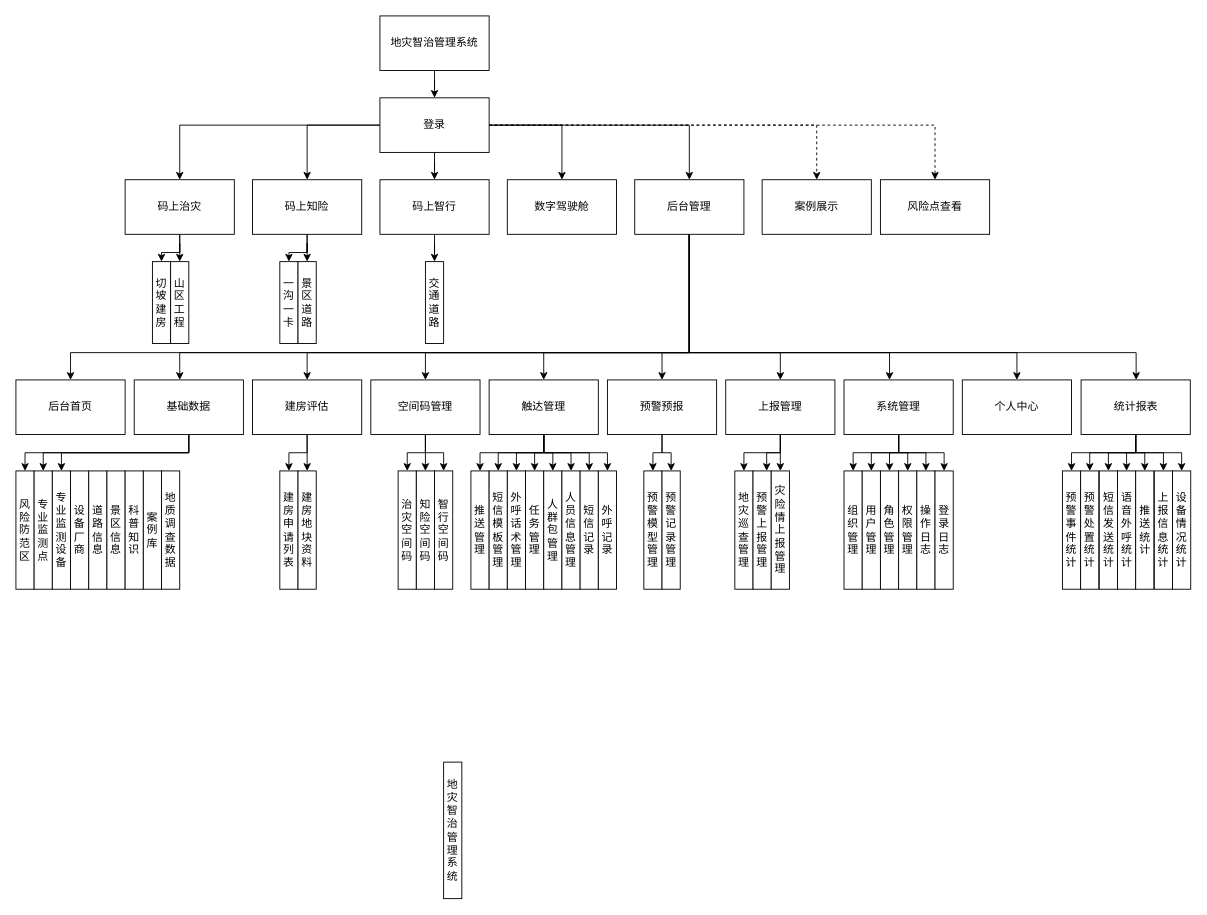
Above: 柯城地灾模块结构.drawio in shoacom/docs (draw.io), before the change. Source tidied: cells renumbered, new cells numbered last; positions are measured from the earlier drawing's top-left corner, leaving out a move shared by most shapes. Both pictures are drawn from the tidied source at 91%, with x=0, y=0 at pixel (15, 15).
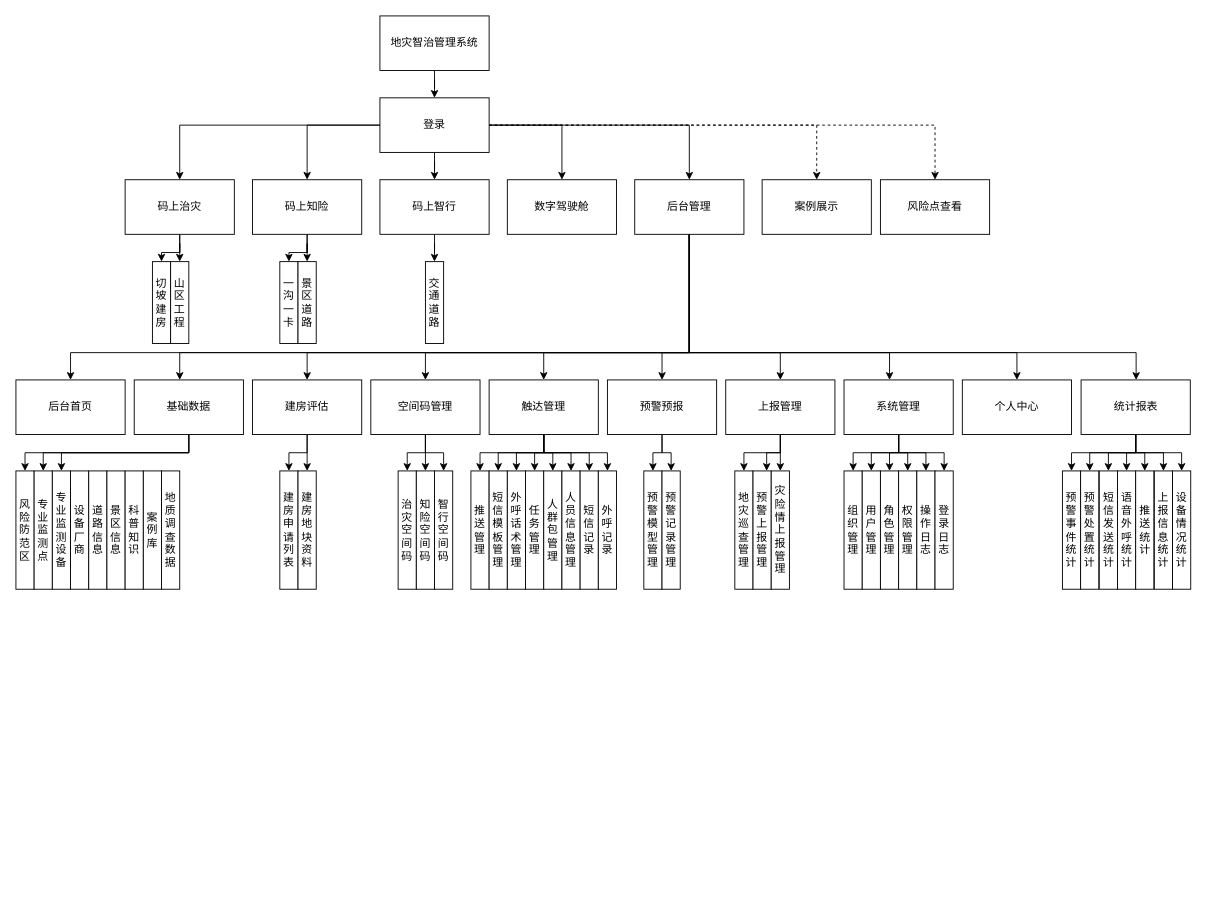
After the change.

Commit message (it also covers changes not shown here):
Update 柯城地灾模块结构.drawio

Change to the diagram source:
```diff
@@
-    <mxCell id="33" value="地灾智治管理系统" style="rounded=0;whiteSpace=wrap;html=1;fontColor=default;strokeColor=default;fillColor=default;" parent="1" vertex="1">
-      <mxGeometry x="470" y="820" width="20" height="150" as="geometry" />
-    </mxCell>
```
